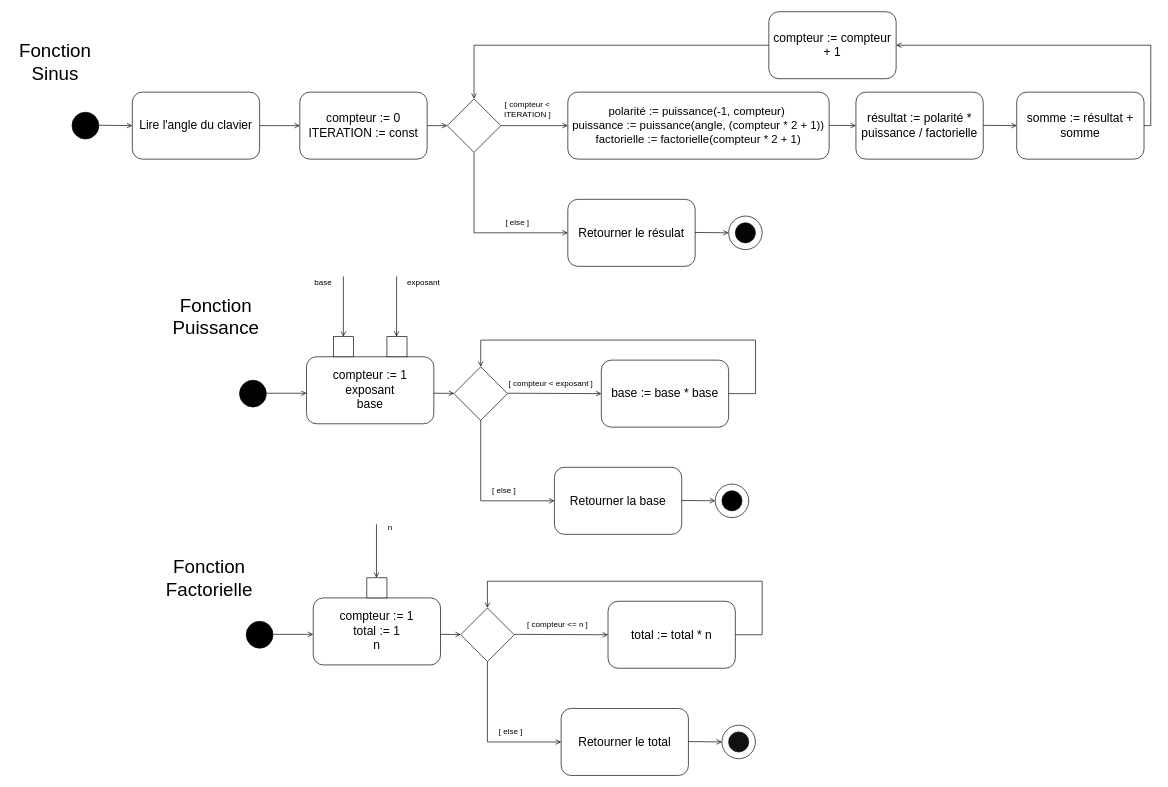
The draw.io diagram SinusAPP2.drawio in ProfReivax/APP2, before the edit. Source tidied: cells renumbered, new cells numbered last; positions are measured from the earlier drawing's top-left corner, leaving out a move shared by most shapes. Both pictures are drawn from the tidied source at 67%, with x=0, y=0 at pixel (11, 11).
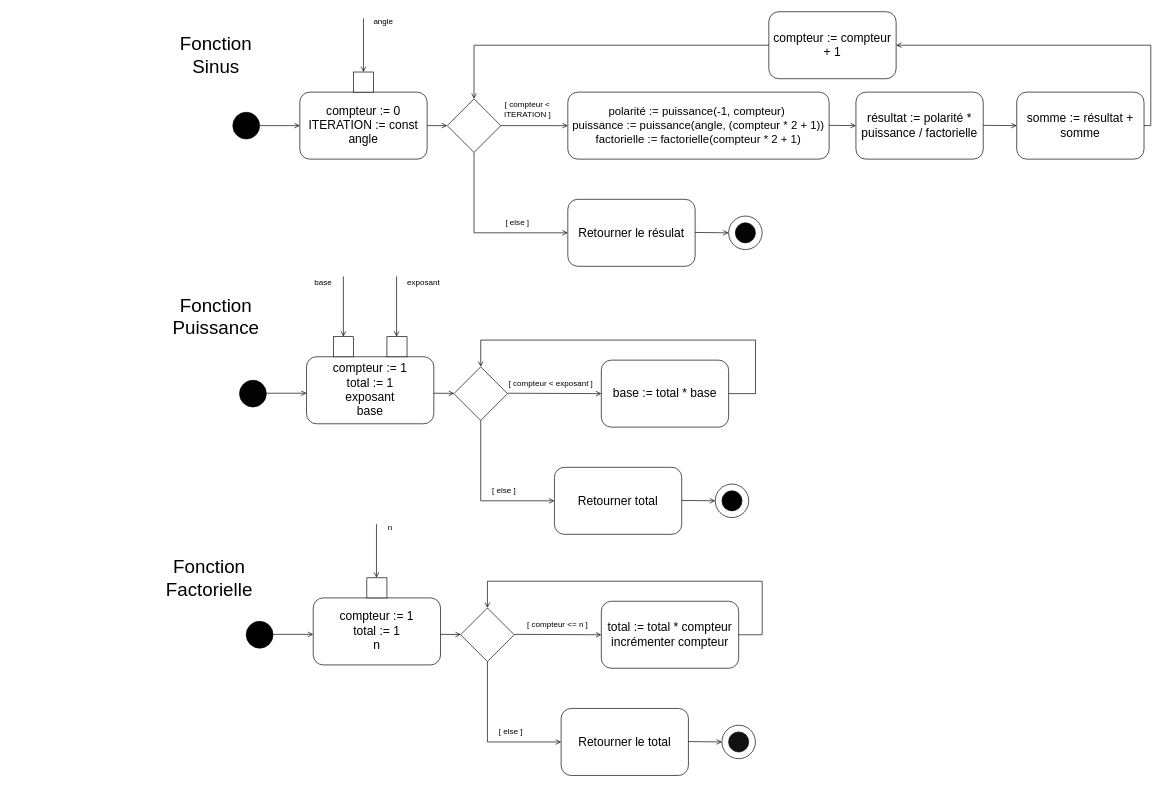
The same page after the edit.

Commit message (it also covers changes not shown here):
Modification des diagrammes

The edit, as a diff of the source:
```diff
@@
-    <mxCell id="2" value="&lt;font style=&quot;font-size: 18px;&quot;&gt;Lire l'angle du clavier&lt;/font&gt;" style="rounded=1;whiteSpace=wrap;html=1;" parent="1" vertex="1">
-      <mxGeometry x="180" y="120" width="190" height="100" as="geometry" />
-    </mxCell>
-    <mxCell id="3" style="endArrow=open;html=1;rounded=0;exitX=1;exitY=0.5;exitDx=0;exitDy=0;endFill=0;" parent="1" edge="1" source="2">
+    <mxCell id="3" style="endArrow=open;html=1;rounded=0;exitX=1;exitY=0.5;exitDx=0;exitDy=0;endFill=0;" parent="1" edge="1">
       <mxGeometry relative="1" as="geometry">
+        <mxPoint x="370" y="170" as="sourcePoint" />
         <mxPoint x="430" y="170" as="targetPoint" />
       </mxGeometry>
     </mxCell>
@@
     <mxCell id="17" style="ellipse;whiteSpace=wrap;html=1;shapeInside=1;fillColor=#000000;" parent="1" vertex="1">
-      <mxGeometry x="90" y="150" width="40" height="40" as="geometry" />
+      <mxGeometry x="330" y="150" width="40" height="40" as="geometry" />
     </mxCell>
-    <mxCell id="18" style="endArrow=open;html=1;rounded=0;exitX=1;exitY=0.5;exitDx=0;exitDy=0;endFill=0;entryX=0;entryY=0.5;entryDx=0;entryDy=0;" parent="1" edge="1" target="2">
-      <mxGeometry relative="1" as="geometry">
-        <mxPoint x="130" y="169.4" as="sourcePoint" />
-      </mxGeometry>
-    </mxCell>
-    <mxCell id="19" value="&lt;font style=&quot;font-size: 18px;&quot;&gt;compteur := 0&lt;/font&gt;&lt;div&gt;&lt;font style=&quot;font-size: 18px;&quot;&gt;ITERATION := const&lt;/font&gt;&lt;/div&gt;" style="rounded=1;whiteSpace=wrap;html=1;" parent="1" vertex="1">
+    <mxCell id="19" value="&lt;font style=&quot;font-size: 18px;&quot;&gt;compteur := 0&lt;/font&gt;&lt;div&gt;&lt;font style=&quot;font-size: 18px;&quot;&gt;ITERATION := const&lt;/font&gt;&lt;/div&gt;&lt;div&gt;&lt;font style=&quot;font-size: 18px;&quot;&gt;angle&lt;/font&gt;&lt;/div&gt;" style="rounded=1;whiteSpace=wrap;html=1;" parent="1" vertex="1">
       <mxGeometry x="430" y="120" width="190" height="100" as="geometry" />
     </mxCell>
@@
-    <mxCell id="27" value="&lt;font style=&quot;font-size: 18px;&quot;&gt;compteur := 1&lt;/font&gt;&lt;div&gt;&lt;font style=&quot;font-size: 18px;&quot;&gt;exposant&lt;/font&gt;&lt;/div&gt;&lt;div&gt;&lt;font style=&quot;font-size: 18px;&quot;&gt;base&lt;/font&gt;&lt;/div&gt;" style="rounded=1;whiteSpace=wrap;html=1;" parent="1" vertex="1">
+    <mxCell id="27" value="&lt;font style=&quot;font-size: 18px;&quot;&gt;compteur := 1&lt;/font&gt;&lt;div&gt;&lt;span style=&quot;font-size: 18px;&quot;&gt;total := 1&lt;br&gt;&lt;/span&gt;&lt;div&gt;&lt;font style=&quot;font-size: 18px;&quot;&gt;exposant&lt;/font&gt;&lt;/div&gt;&lt;div&gt;&lt;font style=&quot;font-size: 18px;&quot;&gt;base&lt;/font&gt;&lt;/div&gt;&lt;/div&gt;" style="rounded=1;whiteSpace=wrap;html=1;" parent="1" vertex="1">
       <mxGeometry x="440" y="515" width="190" height="100" as="geometry" />
     </mxCell>
@@
-    <mxCell id="30" value="&lt;span style=&quot;font-size: 18px;&quot;&gt;base := base * base&lt;/span&gt;" style="rounded=1;whiteSpace=wrap;html=1;" parent="1" vertex="1">
+    <mxCell id="30" value="&lt;span style=&quot;font-size: 18px;&quot;&gt;base := total * base&lt;/span&gt;" style="rounded=1;whiteSpace=wrap;html=1;" parent="1" vertex="1">
       <mxGeometry x="880" y="520" width="190" height="100" as="geometry" />
     </mxCell>
@@
-    <mxCell id="33" value="&lt;span style=&quot;font-size: 18px;&quot;&gt;Retourner la base&lt;/span&gt;" style="rounded=1;whiteSpace=wrap;html=1;" parent="1" vertex="1">
+    <mxCell id="33" value="&lt;span style=&quot;font-size: 18px;&quot;&gt;Retourner total&lt;/span&gt;" style="rounded=1;whiteSpace=wrap;html=1;" parent="1" vertex="1">
       <mxGeometry x="810" y="680" width="190" height="100" as="geometry" />
     </mxCell>
@@
-    <mxCell id="45" value="&lt;span style=&quot;font-size: 18px;&quot;&gt;total := total * n&lt;/span&gt;" style="rounded=1;whiteSpace=wrap;html=1;" parent="1" vertex="1">
-      <mxGeometry x="890" y="879.9" width="190" height="100" as="geometry" />
+    <mxCell id="45" value="&lt;span style=&quot;font-size: 18px;&quot;&gt;total := total * compteur&lt;/span&gt;&lt;div&gt;&lt;span style=&quot;font-size: 18px;&quot;&gt;incrémenter compteur&lt;/span&gt;&lt;/div&gt;" style="rounded=1;whiteSpace=wrap;html=1;" parent="1" vertex="1">
+      <mxGeometry x="880" y="879.9" width="205" height="100" as="geometry" />
     </mxCell>
@@
     <mxCell id="66" value="Fonction Sinus" style="text;html=1;whiteSpace=wrap;strokeColor=none;fillColor=none;align=center;verticalAlign=middle;rounded=0;fontSize=28;" parent="1" vertex="1">
-      <mxGeometry y="60" width="130" height="30" as="geometry" />
+      <mxGeometry x="240" y="50" width="130" height="30" as="geometry" />
     </mxCell>
+    <mxCell id="67" style="rounded=0;whiteSpace=wrap;html=1;" parent="1" vertex="1">
+      <mxGeometry x="510" y="90" width="30" height="30" as="geometry" />
+    </mxCell>
+    <mxCell id="68" style="endArrow=open;html=1;rounded=0;entryX=0.5;entryY=0;entryDx=0;entryDy=0;endFill=0;" parent="1" edge="1" target="67">
+      <mxGeometry relative="1" as="geometry">
+        <mxPoint x="525" y="10" as="sourcePoint" />
+      </mxGeometry>
+    </mxCell>
+    <mxCell id="69" value="angle" style="text;html=1;whiteSpace=wrap;strokeColor=none;fillColor=none;align=center;verticalAlign=middle;rounded=0;" parent="1" vertex="1">
+      <mxGeometry x="530" width="50" height="30" as="geometry" />
+    </mxCell>
```
